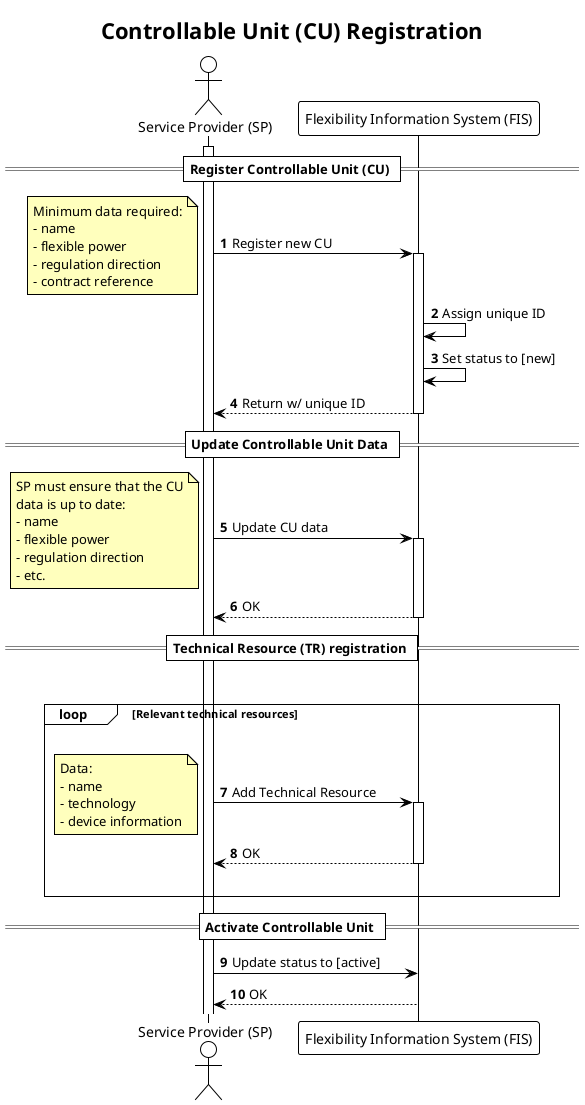
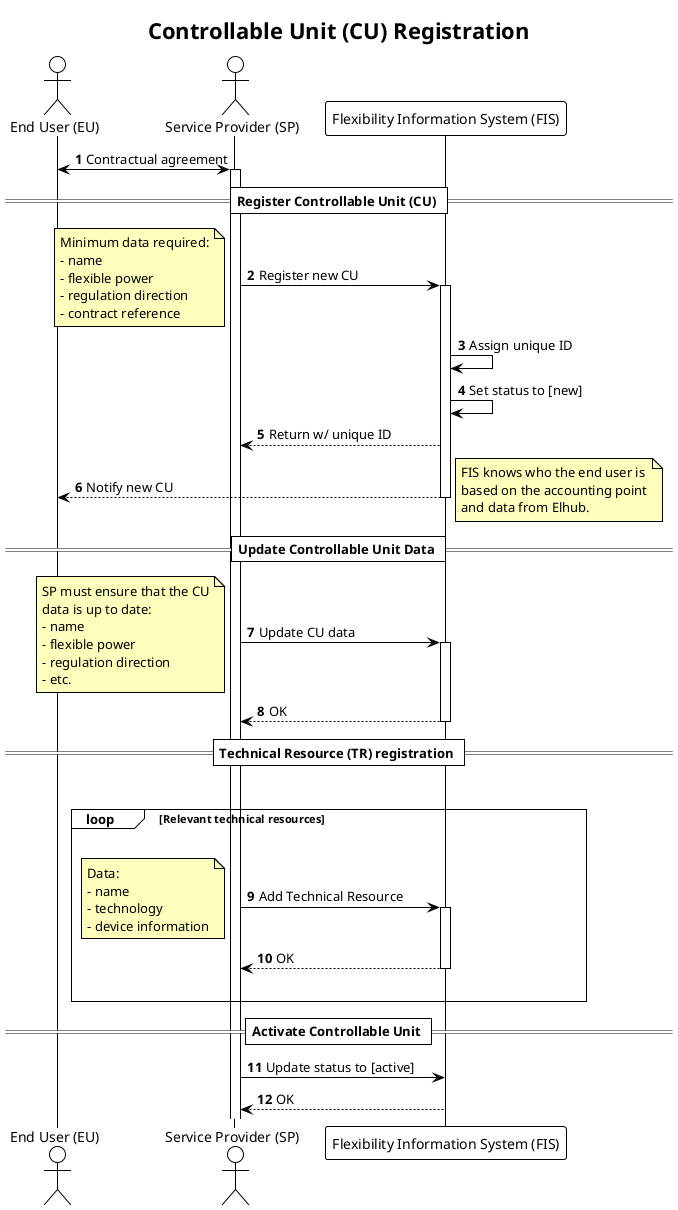
@startuml controllable_unit_registration
!theme plain

title Controllable Unit (CU) Registration

autonumber
skinparam note {
    BackgroundColor #FFFFBD
}

+ actor "End User (EU)" as EU
actor "Service Provider (SP)" as SP
participant "Flexibility Information System (FIS)" as FIS

+ EU <-> SP: Contractual agreement
activate SP

== Register Controllable Unit (CU) ==

SP -> FIS: Register new CU
note left
    Minimum data required:
    - name
    - flexible power
    - regulation direction
    - contract reference
end note

activate FIS
FIS -> FIS: Assign unique ID
FIS -> FIS: Set status to [new]
FIS --> SP: Return w/ unique ID
+ FIS --> EU : Notify new CU
+ note right
+     FIS knows who the end user is
+     based on the accounting point
+     and data from Elhub.
+ end note
deactivate FIS

== Update Controllable Unit Data ==

SP -> FIS: Update CU data
note left
    SP must ensure that the CU
    data is up to date:
    - name
    - flexible power
    - regulation direction
    - etc.
end note
activate FIS
FIS --> SP: OK
deactivate FIS

== Technical Resource (TR) registration ==

'There is no reference to technical resource in the ACER document
'but ref to existing definitions ‘demand unit’ means an indivisible set of installations containing equipment which can be actively controlled by a demand facility
'owner or by a CDSO, either individually or commonly as part of demand agregation through a third party to provide demand response services
'to relevant system operators and relevant TSOs  or is a V1G electric vehicle and associated V1G electric vehicle supply equipment,
'power-to-gas demand unit or heat-pump.

loop For each relevant TR of the CU

loop Relevant technical resources
    |||
    SP -> FIS: Add Technical Resource
    note left
        Data:
        - name
        - technology
        - device information
    end note
    activate FIS
    FIS --> SP: OK
    deactivate FIS
    |||
end

== Activate Controllable Unit ==

SP -> FIS: Update status to [active]
FIS --> SP: OK

@enduml
